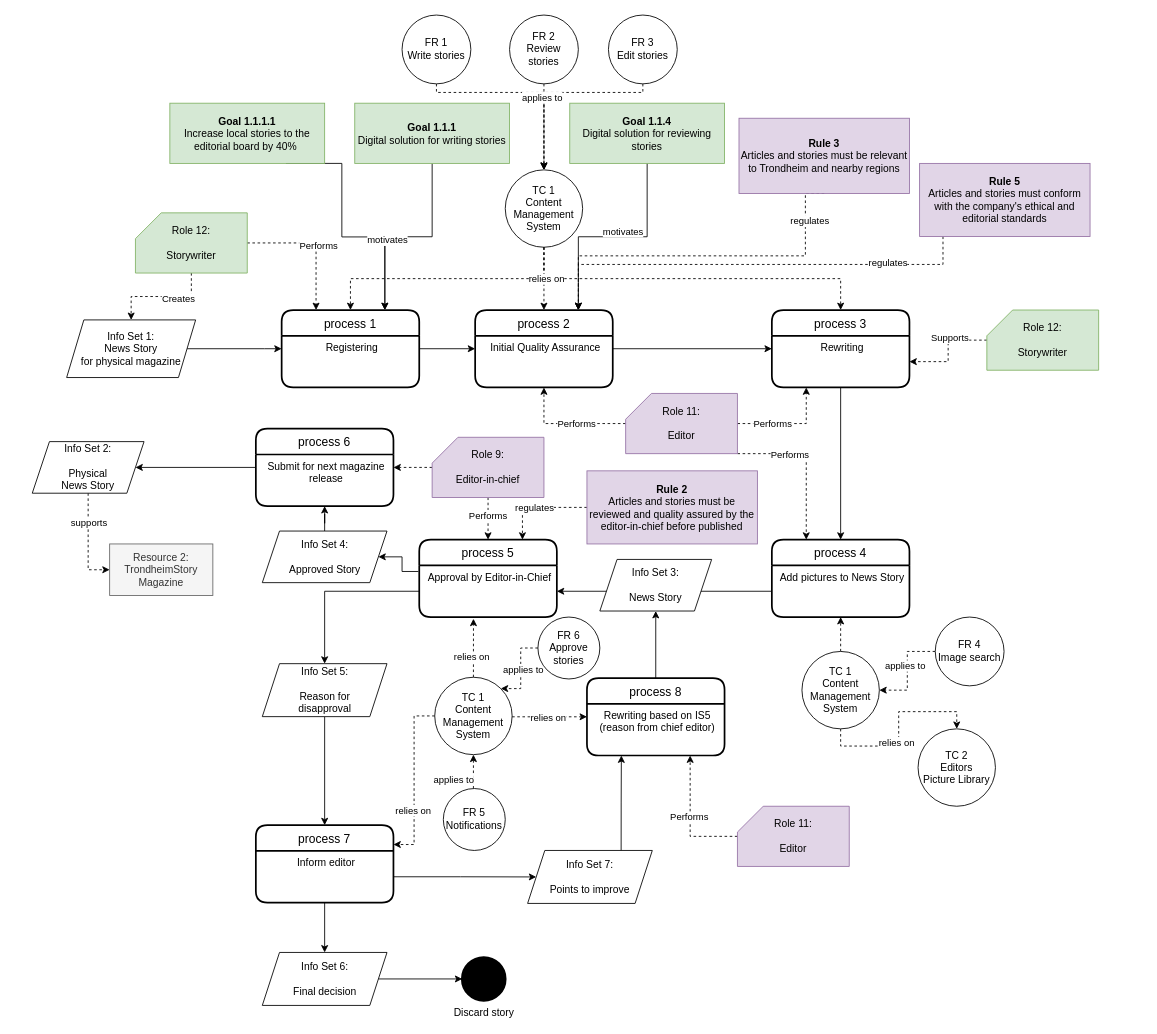
Earlier version of the draw.io diagram TS_business_process_1.drawio (gullskatten/TS-models-4em-archi). Source tidied: cells renumbered, new cells numbered last; positions are measured from the earlier drawing's top-left corner, leaving out a move shared by most shapes. Both pictures are drawn from the tidied source at 86%, with x=0, y=0 at pixel (32, 15).
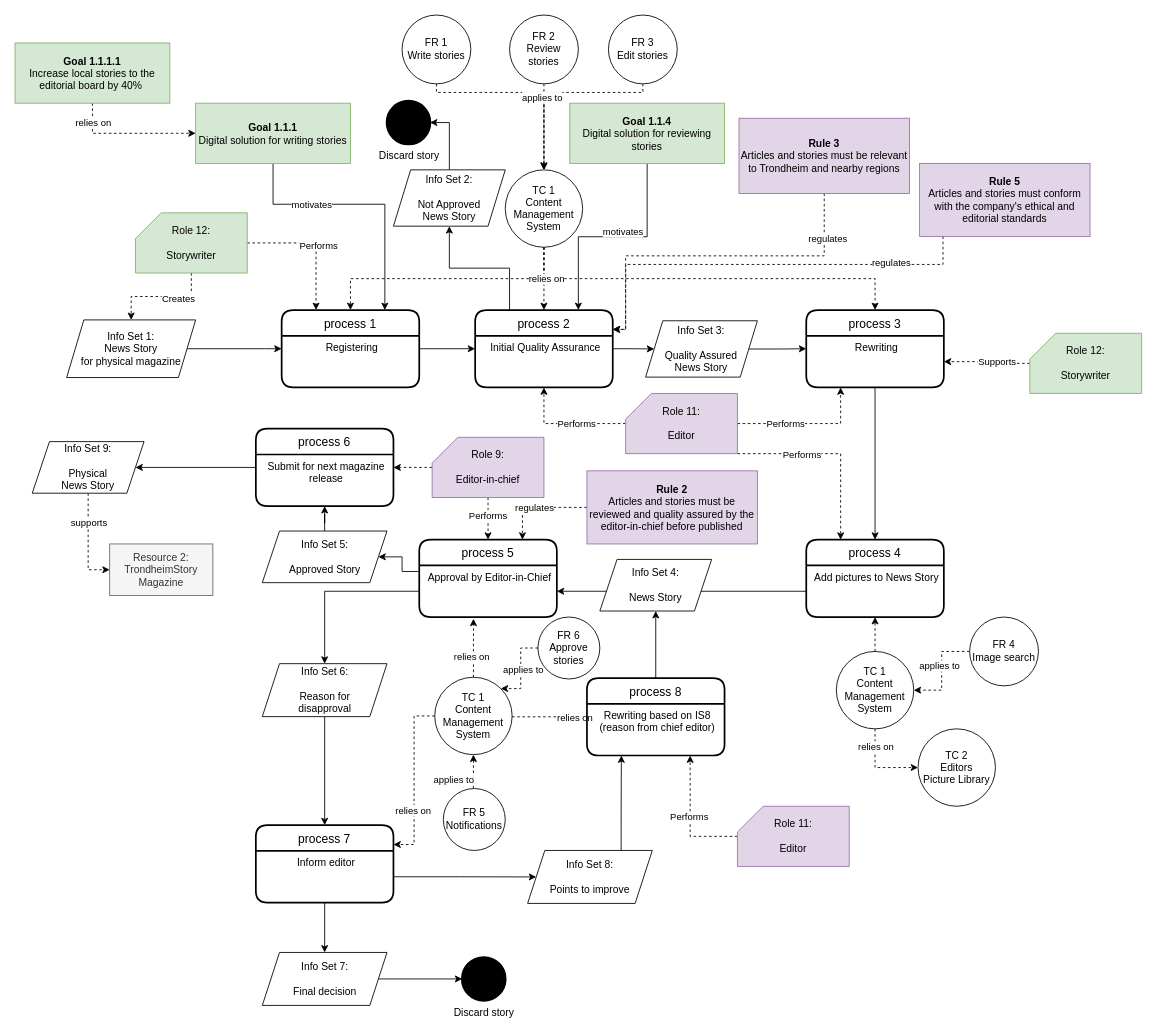
The same diagram, later.

Commit message:
QA now has unapproved story IS

Unchanged cells that the change refers to:
```xml
<mxCell id="14" value="process 2" style="swimlane;horizontal=1;startSize=30;rounded=1;fontSize=14;fontStyle=0;strokeWidth=2;shadow=0;dashed=0;align=center;" parent="1" vertex="1">
  <mxGeometry x="515" y="343" width="160" height="90" as="geometry" />
</mxCell>
<mxCell id="15" value="Initial Quality Assurance" style="align=center;strokeColor=none;fillColor=none;spacingLeft=4;fontSize=12;verticalAlign=top;" parent="14" vertex="1">
  <mxGeometry y="30" width="160" height="60" as="geometry" />
</mxCell>
<mxCell id="17" value="process 1" style="swimlane;horizontal=1;startSize=30;rounded=1;fontSize=14;fontStyle=0;strokeWidth=2;shadow=0;dashed=0;align=center;fillColor=#FFFFFF;" parent="1" vertex="1">
  <mxGeometry x="290" y="343" width="160" height="90" as="geometry" />
</mxCell>
<mxCell id="29" value="TC 2&lt;br&gt;Editors&lt;br&gt;Picture Library" style="ellipse;whiteSpace=wrap;html=1;fillColor=#FFFFFF;" parent="1" vertex="1">
  <mxGeometry x="1030" y="830" width="90" height="90" as="geometry" />
</mxCell>
<mxCell id="32" style="edgeStyle=orthogonalEdgeStyle;rounded=0;jettySize=auto;html=1;entryX=0;entryY=0.25;entryDx=0;entryDy=0;endArrow=classic;endFill=1;dashed=1;" parent="1" edge="1" source="58" target="52">
  <mxGeometry relative="1" as="geometry">
    <Array as="points">
      <mxPoint x="485" y="815" />
    </Array>
  </mxGeometry>
</mxCell>
<mxCell id="51" value="process 8" style="swimlane;horizontal=1;startSize=30;rounded=1;fontSize=14;fontStyle=0;strokeWidth=2;shadow=0;dashed=0;align=center;" parent="1" vertex="1">
  <mxGeometry x="645" y="771" width="160" height="90" as="geometry" />
</mxCell>
<mxCell id="65" value="Role 11:&lt;br&gt;&lt;br&gt;Editor" style="shape=card;whiteSpace=wrap;html=1;fillColor=#e1d5e7;strokeColor=#9673a6;" parent="1" vertex="1">
  <mxGeometry x="690" y="440" width="130" height="70" as="geometry" />
</mxCell>
<mxCell id="80" value="&lt;b&gt;Rule 3&lt;/b&gt;&lt;br&gt;Articles and stories must be relevant to Trondheim and nearby regions" style="rounded=0;whiteSpace=wrap;html=1;fillColor=#e1d5e7;strokeColor=#9673a6;" parent="1" vertex="1">
  <mxGeometry x="821.8" y="120" width="198.2" height="87.5" as="geometry" />
</mxCell>
<mxCell id="83" value="&lt;b&gt;Rule 5&lt;/b&gt;&lt;br&gt;Articles and stories must conform with the company's ethical and editorial standards" style="rounded=0;whiteSpace=wrap;html=1;fillColor=#e1d5e7;strokeColor=#9673a6;" parent="1" vertex="1">
  <mxGeometry x="1031.8" y="172.5" width="198.2" height="85" as="geometry" />
</mxCell>
```

The edit, as a diff of the source:
```diff
@@
-    <mxCell id="12" value="Info Set 5:&lt;br&gt;&lt;br&gt;Reason for &lt;br&gt;disapproval" style="shape=parallelogram;perimeter=parallelogramPerimeter;whiteSpace=wrap;html=1;fixedSize=1;" parent="1" vertex="1">
+    <mxCell id="12" value="Info Set 6:&lt;br&gt;&lt;br&gt;Reason for &lt;br&gt;disapproval" style="shape=parallelogram;perimeter=parallelogramPerimeter;whiteSpace=wrap;html=1;fixedSize=1;" parent="1" vertex="1">
       <mxGeometry x="267.5" y="754.2" width="145" height="61.6" as="geometry" />
     </mxCell>
-    <mxCell id="13" style="edgeStyle=orthogonalEdgeStyle;rounded=0;jettySize=auto;html=1;entryX=0;entryY=0.5;entryDx=0;entryDy=0;endArrow=classic;endFill=1;exitX=1;exitY=0.25;exitDx=0;exitDy=0;" parent="1" edge="1" source="15" target="21">
+    <mxCell id="13" style="edgeStyle=orthogonalEdgeStyle;rounded=0;jettySize=auto;html=1;endArrow=classic;endFill=1;exitX=1;exitY=0.25;exitDx=0;exitDy=0;entryX=0;entryY=0.5;entryDx=0;entryDy=0;" parent="1" edge="1" source="15" target="125">
       <mxGeometry relative="1" as="geometry" />
     </mxCell>
+    <mxCell id="121" style="edgeStyle=orthogonalEdgeStyle;rounded=0;jettySize=auto;html=1;entryX=0.5;entryY=1;entryDx=0;entryDy=0;exitX=0.25;exitY=0;exitDx=0;exitDy=0;" parent="1" edge="1" source="14" target="127">
+      <mxGeometry relative="1" as="geometry" />
+    </mxCell>
@@
-    <mxCell id="21" value="process 3" style="swimlane;horizontal=1;startSize=30;rounded=1;fontSize=14;fontStyle=0;strokeWidth=2;shadow=0;dashed=0;align=center;" parent="1" vertex="1">
-      <mxGeometry x="860" y="343" width="160" height="90" as="geometry" />
-    </mxCell>
-    <mxCell id="22" value="Rewriting" style="align=center;strokeColor=none;fillColor=none;spacingLeft=4;fontSize=12;verticalAlign=top;" parent="21" vertex="1">
-      <mxGeometry y="30" width="160" height="60" as="geometry" />
-    </mxCell>
-    <mxCell id="23" style="edgeStyle=orthogonalEdgeStyle;rounded=0;orthogonalLoop=1;jettySize=auto;html=1;exitX=0.5;exitY=1;exitDx=0;exitDy=0;" parent="21" edge="1" source="22" target="22">
-      <mxGeometry relative="1" as="geometry" />
-    </mxCell>
-    <mxCell id="24" value="process 4" style="swimlane;horizontal=1;startSize=30;rounded=1;fontSize=14;fontStyle=0;strokeWidth=2;shadow=0;dashed=0;align=center;" parent="1" vertex="1">
-      <mxGeometry x="860" y="610" width="160" height="90" as="geometry" />
-    </mxCell>
-    <mxCell id="25" value="Add pictures to News Story" style="align=center;strokeColor=none;fillColor=none;spacingLeft=4;fontSize=12;verticalAlign=top;" parent="24" vertex="1">
-      <mxGeometry y="30" width="160" height="60" as="geometry" />
-    </mxCell>
-    <mxCell id="26" style="edgeStyle=orthogonalEdgeStyle;rounded=0;orthogonalLoop=1;jettySize=auto;html=1;exitX=0.5;exitY=1;exitDx=0;exitDy=0;" parent="24" edge="1" source="25" target="25">
-      <mxGeometry relative="1" as="geometry" />
-    </mxCell>
-    <mxCell id="27" style="edgeStyle=orthogonalEdgeStyle;rounded=0;jettySize=auto;html=1;endArrow=classic;endFill=1;dashed=1;exitX=0.5;exitY=1;exitDx=0;exitDy=0;entryX=0.5;entryY=0;entryDx=0;entryDy=0;" parent="1" edge="1" source="74" target="29">
+    <mxCell id="27" style="edgeStyle=orthogonalEdgeStyle;rounded=0;jettySize=auto;html=1;endArrow=classic;endFill=1;dashed=1;exitX=0.5;exitY=1;exitDx=0;exitDy=0;entryX=0;entryY=0.5;entryDx=0;entryDy=0;" parent="1" edge="1" source="74" target="29">
       <mxGeometry relative="1" as="geometry" />
     </mxCell>
     <mxCell id="28" value="relies on" style="edgeLabel;html=1;align=center;verticalAlign=middle;" parent="27" vertex="1">
       <mxGeometry x="-0.42" y="-3" relative="1" as="geometry">
-        <mxPoint x="22.9" y="-8" as="offset" />
+        <mxPoint x="3" y="-8" as="offset" />
       </mxGeometry>
     </mxCell>
@@
     <mxCell id="33" value="relies on" style="edgeLabel;html=1;align=center;verticalAlign=middle;" parent="32" vertex="1">
       <mxGeometry x="0.51" y="-4" relative="1" as="geometry">
-        <mxPoint x="-24" y="-4" as="offset" />
+        <mxPoint x="6.4" y="-3.6" as="offset" />
       </mxGeometry>
     </mxCell>
@@
-    <mxCell id="36" value="Info Set 2:&lt;br&gt;&lt;br&gt;Physical&lt;br&gt;News Story" style="shape=parallelogram;perimeter=parallelogramPerimeter;whiteSpace=wrap;html=1;fixedSize=1;" parent="1" vertex="1">
+    <mxCell id="36" value="Info Set 9:&lt;br&gt;&lt;br&gt;Physical&lt;br&gt;News Story" style="shape=parallelogram;perimeter=parallelogramPerimeter;whiteSpace=wrap;html=1;fixedSize=1;" parent="1" vertex="1">
       <mxGeometry y="496" width="130" height="60" as="geometry" />
     </mxCell>
@@
-    <mxCell id="47" value="Info Set 3:&lt;br&gt;&lt;br&gt;News Story" style="shape=parallelogram;perimeter=parallelogramPerimeter;whiteSpace=wrap;html=1;fixedSize=1;" parent="1" vertex="1">
+    <mxCell id="47" value="Info Set 4:&lt;br&gt;&lt;br&gt;News Story" style="shape=parallelogram;perimeter=parallelogramPerimeter;whiteSpace=wrap;html=1;fixedSize=1;" parent="1" vertex="1">
       <mxGeometry x="660" y="633" width="130" height="60" as="geometry" />
     </mxCell>
@@
-    <mxCell id="52" value="Rewriting based on IS5 &#10;(reason from chief editor)" style="align=center;strokeColor=none;fillColor=none;spacingLeft=4;fontSize=12;verticalAlign=top;" parent="51" vertex="1">
+    <mxCell id="52" value="Rewriting based on IS8 &#10;(reason from chief editor)" style="align=center;strokeColor=none;fillColor=none;spacingLeft=4;fontSize=12;verticalAlign=top;" parent="51" vertex="1">
       <mxGeometry y="30" width="160" height="60" as="geometry" />
     </mxCell>
@@
-    <mxCell id="61" style="edgeStyle=orthogonalEdgeStyle;rounded=0;jettySize=auto;html=1;entryX=0.25;entryY=1;entryDx=0;entryDy=0;dashed=1;endArrow=classic;endFill=1;" parent="1" edge="1" source="65" target="22">
+    <mxCell id="61" style="edgeStyle=orthogonalEdgeStyle;rounded=0;jettySize=auto;html=1;entryX=0.25;entryY=1;entryDx=0;entryDy=0;dashed=1;endArrow=classic;endFill=1;exitX=1;exitY=0.5;exitDx=0;exitDy=0;exitPerimeter=0;" parent="1" edge="1" source="65" target="22">
       <mxGeometry relative="1" as="geometry" />
     </mxCell>
@@
     <mxCell id="63" style="edgeStyle=orthogonalEdgeStyle;rounded=0;jettySize=auto;html=1;entryX=0.25;entryY=0;entryDx=0;entryDy=0;dashed=1;endArrow=classic;endFill=1;exitX=1;exitY=1;exitDx=0;exitDy=0;exitPerimeter=0;" parent="1" edge="1" source="65" target="24">
       <mxGeometry relative="1" as="geometry">
         <Array as="points">
-          <mxPoint x="900" y="510" />
+          <mxPoint x="940" y="510" />
         </Array>
       </mxGeometry>
     </mxCell>
@@
     <mxCell id="74" value="TC 1&lt;br&gt;Content Management&lt;br&gt;System" style="ellipse;whiteSpace=wrap;html=1;fillColor=#FFFFFF;" parent="1" vertex="1">
-      <mxGeometry x="895" y="740" width="90" height="90" as="geometry" />
+      <mxGeometry x="935" y="740" width="90" height="90" as="geometry" />
     </mxCell>
@@
-    <mxCell id="78" style="edgeStyle=orthogonalEdgeStyle;rounded=0;jettySize=auto;html=1;entryX=0.75;entryY=0;entryDx=0;entryDy=0;dashed=1;endArrow=classic;endFill=1;exitX=0.5;exitY=1;exitDx=0;exitDy=0;" parent="1" edge="1" source="80" target="14">
+    <mxCell id="78" style="edgeStyle=orthogonalEdgeStyle;rounded=0;jettySize=auto;html=1;entryX=1;entryY=0.25;entryDx=0;entryDy=0;dashed=1;endArrow=classic;endFill=1;exitX=0.5;exitY=1;exitDx=0;exitDy=0;" parent="1" edge="1" source="80" target="14">
       <mxGeometry relative="1" as="geometry">
         <Array as="points">
-          <mxPoint x="899" y="280" />
-          <mxPoint x="635" y="280" />
+          <mxPoint x="921" y="280" />
+          <mxPoint x="690" y="280" />
+          <mxPoint x="690" y="366" />
         </Array>
       </mxGeometry>
     </mxCell>
@@
-    <mxCell id="81" style="edgeStyle=orthogonalEdgeStyle;rounded=0;jettySize=auto;html=1;entryX=0.75;entryY=0;entryDx=0;entryDy=0;dashed=1;endArrow=classic;endFill=1;" parent="1" edge="1" source="83" target="14">
+    <mxCell id="81" style="edgeStyle=orthogonalEdgeStyle;rounded=0;jettySize=auto;html=1;dashed=1;endArrow=classic;endFill=1;entryX=1;entryY=0.25;entryDx=0;entryDy=0;" parent="1" edge="1" source="83" target="14">
       <mxGeometry relative="1" as="geometry">
         <Array as="points">
           <mxPoint x="1059" y="290" />
-          <mxPoint x="635" y="290" />
+          <mxPoint x="690" y="290" />
+          <mxPoint x="690" y="366" />
         </Array>
       </mxGeometry>
     </mxCell>
@@
     <mxCell id="84" style="edgeStyle=orthogonalEdgeStyle;rounded=0;jettySize=auto;html=1;entryX=0.75;entryY=0;entryDx=0;entryDy=0;" parent="1" edge="1" source="85" target="17">
-      <mxGeometry relative="1" as="geometry" />
+      <mxGeometry relative="1" as="geometry">
+        <Array as="points">
+          <mxPoint x="280" y="220" />
+          <mxPoint x="410" y="220" />
+        </Array>
+      </mxGeometry>
     </mxCell>
+    <mxCell id="87" value="motivates" style="edgeLabel;html=1;align=center;verticalAlign=middle;" parent="84" vertex="1">
+      <mxGeometry x="-0.39" y="-1" relative="1" as="geometry">
+        <mxPoint y="-1" as="offset" />
+      </mxGeometry>
+    </mxCell>
     <mxCell id="85" value="&lt;b&gt;Goal 1.1.1&lt;br&gt;&lt;/b&gt;Digital solution for writing stories" style="rounded=0;whiteSpace=wrap;html=1;fillColor=#d5e8d4;strokeColor=#82b366;" parent="1" vertex="1">
-      <mxGeometry x="375" y="102.5" width="180" height="70" as="geometry" />
+      <mxGeometry x="190" y="102.5" width="180" height="70" as="geometry" />
     </mxCell>
-    <mxCell id="86" style="edgeStyle=orthogonalEdgeStyle;rounded=0;jettySize=auto;html=1;exitX=0.75;exitY=1;exitDx=0;exitDy=0;entryX=0.75;entryY=0;entryDx=0;entryDy=0;" parent="1" edge="1" source="88" target="17">
-      <mxGeometry relative="1" as="geometry">
-        <Array as="points">
-          <mxPoint x="360" y="173" />
-          <mxPoint x="360" y="258" />
-          <mxPoint x="410" y="258" />
-        </Array>
-      </mxGeometry>
-    </mxCell>
-    <mxCell id="87" value="motivates" style="edgeLabel;html=1;align=center;verticalAlign=middle;" parent="86" vertex="1">
-      <mxGeometry x="0.43" y="2" relative="1" as="geometry" />
-    </mxCell>
+    <mxCell id="122" style="edgeStyle=orthogonalEdgeStyle;rounded=0;jettySize=auto;html=1;entryX=0;entryY=0.5;entryDx=0;entryDy=0;exitX=0.5;exitY=1;exitDx=0;exitDy=0;dashed=1;" parent="1" edge="1" source="88" target="85">
+      <mxGeometry relative="1" as="geometry" />
+    </mxCell>
+    <mxCell id="123" value="relies on" style="edgeLabel;html=1;align=center;verticalAlign=middle;" parent="122" vertex="1">
+      <mxGeometry x="-0.69" relative="1" as="geometry">
+        <mxPoint y="-1" as="offset" />
+      </mxGeometry>
+    </mxCell>
     <mxCell id="88" value="&lt;b&gt;Goal 1.1.1.1&lt;br&gt;&lt;/b&gt;Increase local stories to the editorial board by 40%&amp;nbsp;" style="rounded=0;whiteSpace=wrap;html=1;fillColor=#d5e8d4;strokeColor=#82b366;" parent="1" vertex="1">
-      <mxGeometry x="160" y="102.5" width="180" height="70" as="geometry" />
+      <mxGeometry x="-20" y="32.5" width="180" height="70" as="geometry" />
     </mxCell>
@@
     <mxCell id="94" value="Role 12:&lt;br&gt;&lt;br&gt;Storywriter" style="shape=card;whiteSpace=wrap;html=1;fillColor=#d5e8d4;strokeColor=#82b366;" parent="1" vertex="1">
-      <mxGeometry x="1110" y="343" width="130" height="70" as="geometry" />
+      <mxGeometry x="1160" y="370" width="130" height="70" as="geometry" />
     </mxCell>
@@
-    <mxCell id="96" value="Info Set 4:&lt;br&gt;&lt;br&gt;Approved Story" style="shape=parallelogram;perimeter=parallelogramPerimeter;whiteSpace=wrap;html=1;fixedSize=1;" parent="1" vertex="1">
+    <mxCell id="96" value="Info Set 5:&lt;br&gt;&lt;br&gt;Approved Story" style="shape=parallelogram;perimeter=parallelogramPerimeter;whiteSpace=wrap;html=1;fixedSize=1;" parent="1" vertex="1">
       <mxGeometry x="267.5" y="600" width="145" height="60" as="geometry" />
     </mxCell>
@@
-    <mxCell id="100" value="Info Set 7:&lt;br&gt;&lt;br&gt;Points to improve" style="shape=parallelogram;perimeter=parallelogramPerimeter;whiteSpace=wrap;html=1;fixedSize=1;" parent="1" vertex="1">
+    <mxCell id="100" value="Info Set 8:&lt;br&gt;&lt;br&gt;Points to improve" style="shape=parallelogram;perimeter=parallelogramPerimeter;whiteSpace=wrap;html=1;fixedSize=1;" parent="1" vertex="1">
       <mxGeometry x="576" y="971.4" width="145" height="61.6" as="geometry" />
     </mxCell>
@@
-    <mxCell id="102" value="Info Set 6:&lt;br&gt;&lt;br&gt;Final decision" style="shape=parallelogram;perimeter=parallelogramPerimeter;whiteSpace=wrap;html=1;fixedSize=1;" parent="1" vertex="1">
+    <mxCell id="102" value="Info Set 7:&lt;br&gt;&lt;br&gt;Final decision" style="shape=parallelogram;perimeter=parallelogramPerimeter;whiteSpace=wrap;html=1;fixedSize=1;" parent="1" vertex="1">
       <mxGeometry x="267.5" y="1090" width="145" height="61.6" as="geometry" />
     </mxCell>
@@
     <mxCell id="115" value="FR 4&lt;br&gt;Image search" style="ellipse;whiteSpace=wrap;html=1;" parent="1" vertex="1">
-      <mxGeometry x="1050" y="700" width="80" height="80" as="geometry" />
+      <mxGeometry x="1090" y="700" width="80" height="80" as="geometry" />
     </mxCell>
@@
+    <mxCell id="124" style="edgeStyle=orthogonalEdgeStyle;rounded=0;jettySize=auto;html=1;entryX=0;entryY=0.25;entryDx=0;entryDy=0;" parent="1" edge="1" source="125" target="22">
+      <mxGeometry relative="1" as="geometry" />
+    </mxCell>
+    <mxCell id="125" value="Info Set 3:&lt;br&gt;&lt;br&gt;Quality Assured&lt;br&gt;News Story" style="shape=parallelogram;perimeter=parallelogramPerimeter;whiteSpace=wrap;html=1;fixedSize=1;" parent="1" vertex="1">
+      <mxGeometry x="713.2" y="355.5" width="130" height="65.5" as="geometry" />
+    </mxCell>
+    <mxCell id="21" value="process 3" style="swimlane;horizontal=1;startSize=30;rounded=1;fontSize=14;fontStyle=0;strokeWidth=2;shadow=0;dashed=0;align=center;" parent="1" vertex="1">
+      <mxGeometry x="900" y="343" width="160" height="90" as="geometry" />
+    </mxCell>
+    <mxCell id="22" value="Rewriting" style="align=center;strokeColor=none;fillColor=none;spacingLeft=4;fontSize=12;verticalAlign=top;" parent="21" vertex="1">
+      <mxGeometry y="30" width="160" height="60" as="geometry" />
+    </mxCell>
+    <mxCell id="23" style="edgeStyle=orthogonalEdgeStyle;rounded=0;orthogonalLoop=1;jettySize=auto;html=1;exitX=0.5;exitY=1;exitDx=0;exitDy=0;" parent="21" edge="1" source="22" target="22">
+      <mxGeometry relative="1" as="geometry" />
+    </mxCell>
+    <mxCell id="24" value="process 4" style="swimlane;horizontal=1;startSize=30;rounded=1;fontSize=14;fontStyle=0;strokeWidth=2;shadow=0;dashed=0;align=center;" parent="1" vertex="1">
+      <mxGeometry x="900" y="610" width="160" height="90" as="geometry" />
+    </mxCell>
+    <mxCell id="25" value="Add pictures to News Story" style="align=center;strokeColor=none;fillColor=none;spacingLeft=4;fontSize=12;verticalAlign=top;" parent="24" vertex="1">
+      <mxGeometry y="30" width="160" height="60" as="geometry" />
+    </mxCell>
+    <mxCell id="26" style="edgeStyle=orthogonalEdgeStyle;rounded=0;orthogonalLoop=1;jettySize=auto;html=1;exitX=0.5;exitY=1;exitDx=0;exitDy=0;" parent="24" edge="1" source="25" target="25">
+      <mxGeometry relative="1" as="geometry" />
+    </mxCell>
+    <mxCell id="126" style="edgeStyle=orthogonalEdgeStyle;rounded=0;jettySize=auto;html=1;entryX=1;entryY=0.5;entryDx=0;entryDy=0;" parent="1" edge="1" source="127" target="128">
+      <mxGeometry relative="1" as="geometry" />
+    </mxCell>
+    <mxCell id="127" value="Info Set 2:&lt;br&gt;&lt;br&gt;Not Approved&lt;br&gt;News Story" style="shape=parallelogram;perimeter=parallelogramPerimeter;whiteSpace=wrap;html=1;fixedSize=1;" parent="1" vertex="1">
+      <mxGeometry x="420" y="180" width="130" height="65.5" as="geometry" />
+    </mxCell>
+    <mxCell id="128" value="Discard story" style="shape=mxgraph.bpmn.shape;html=1;verticalLabelPosition=bottom;labelBackgroundColor=#ffffff;verticalAlign=top;align=center;perimeter=ellipsePerimeter;outlineConnect=0;outline=end;symbol=terminate;fillColor=#000000;" parent="1" vertex="1">
+      <mxGeometry x="412.5" y="100" width="50" height="50" as="geometry" />
+    </mxCell>
```
